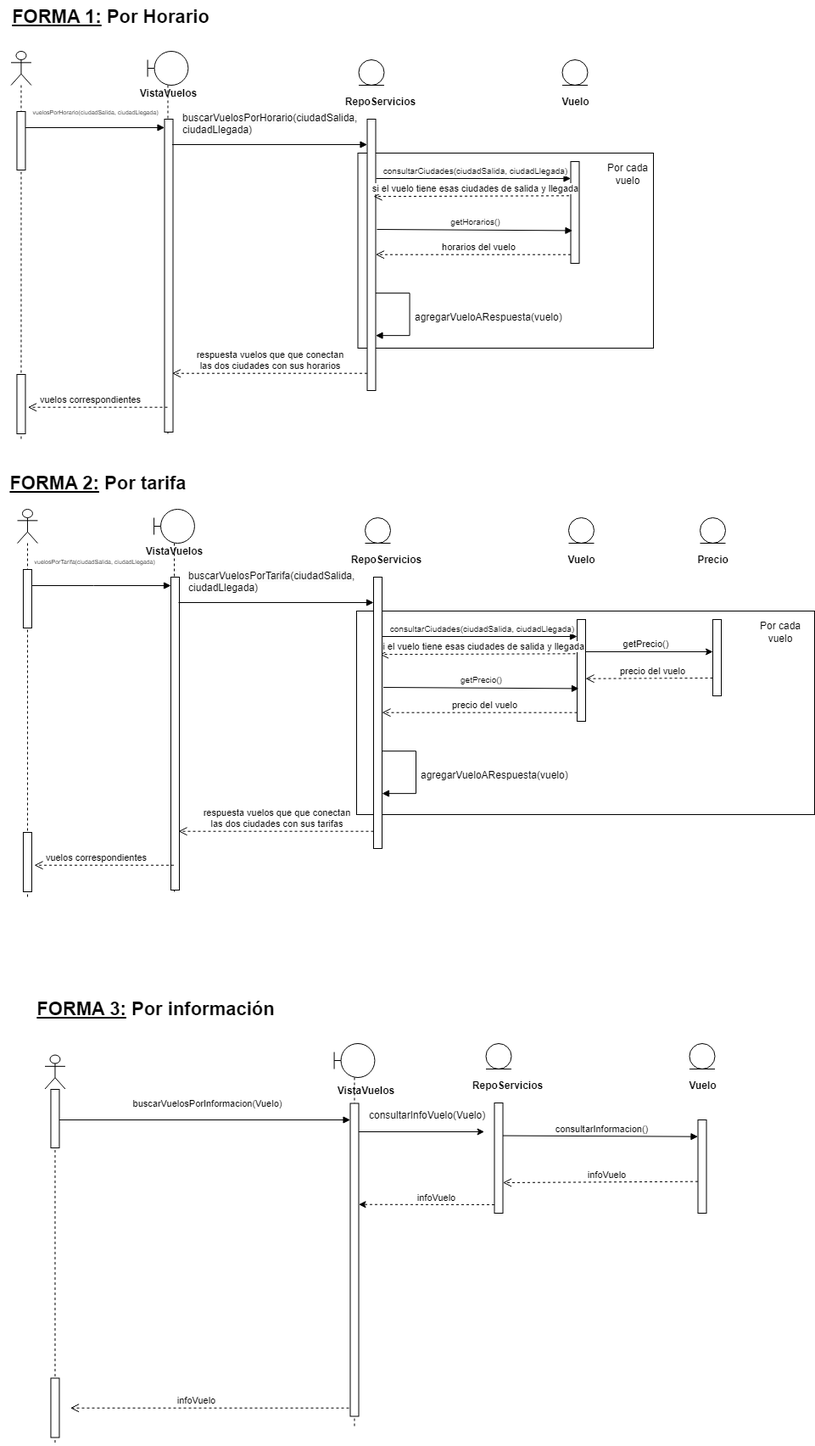
k3002-DDS-grupo8/TPsGrupales keeps this draw.io diagram as ejercicio32/Ej32-secuencia.png. Above is the earlier version. Source tidied: cells renumbered, new cells last; positions are measured from the earlier drawing's top-left corner, leaving out a move shared by most shapes.
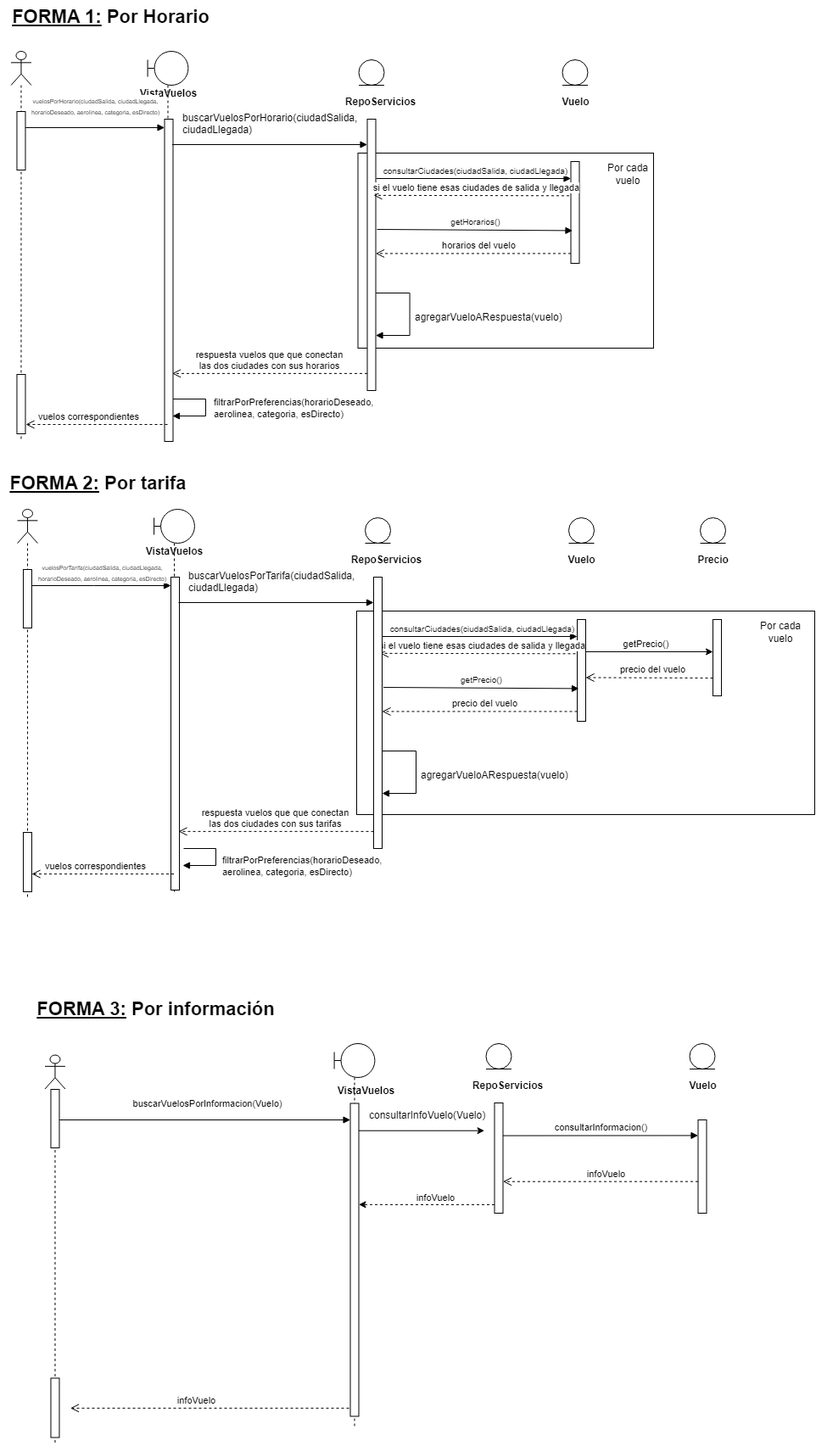
The same file after the commit.

Diff of the diagram source:
```diff
@@ -65,15 +65,15 @@
       <mxGeometry x="486.5" y="360" width="186" height="40" as="geometry" />
     </mxCell>
     <mxCell id="16" style="shape=umlLifeline;perimeter=lifelinePerimeter;whiteSpace=wrap;html=1;outlineConnect=0;portConstraint=eastwest;newEdgeStyle={&quot;edgeStyle&quot;:&quot;elbowEdgeStyle&quot;,&quot;elbow&quot;:&quot;vertical&quot;,&quot;curved&quot;:0,&quot;rounded&quot;:0};participant=umlBoundary;" parent="1" vertex="1">
-      <mxGeometry x="173.6" y="60" width="47.8" height="451" as="geometry" />
+      <mxGeometry x="173.6" y="60" width="47.8" height="460" as="geometry" />
     </mxCell>
     <mxCell id="17" style="html=1;points=[];perimeter=orthogonalPerimeter;outlineConnect=0;targetShapes=umlLifeline;portConstraint=eastwest;newEdgeStyle={&quot;edgeStyle&quot;:&quot;elbowEdgeStyle&quot;,&quot;elbow&quot;:&quot;vertical&quot;,&quot;curved&quot;:0,&quot;rounded&quot;:0};" parent="16" vertex="1">
-      <mxGeometry x="19.9" y="80" width="10" height="369" as="geometry" />
+      <mxGeometry x="19.9" y="80" width="10" height="380" as="geometry" />
     </mxCell>
     <mxCell id="18" value="&lt;b&gt;VistaVuelos&lt;/b&gt;" style="text;html=1;align=center;verticalAlign=middle;strokeColor=none;fillColor=none;" parent="1" vertex="1">
       <mxGeometry x="152.5" y="95" width="90" height="30" as="geometry" />
     </mxCell>
-    <mxCell id="19" value="&lt;font style=&quot;font-size: 7px;&quot;&gt;vuelosPorHorario(ciudadSalida, ciudadLlegada)&lt;/font&gt;" style="html=1;verticalAlign=bottom;endArrow=block;edgeStyle=elbowEdgeStyle;elbow=vertical;curved=0;rounded=0;" parent="1" edge="1" source="21" target="17">
+    <mxCell id="19" value="&lt;font style=&quot;font-size: 7px;&quot;&gt;vuelosPorHorario(ciudadSalida, ciudadLlegada,&lt;br&gt;horarioDeseado, aerolinea, categoria, esDirecto)&lt;/font&gt;" style="html=1;verticalAlign=bottom;endArrow=block;edgeStyle=elbowEdgeStyle;elbow=vertical;curved=0;rounded=0;" parent="1" edge="1" source="21" target="17">
       <mxGeometry x="0.01" y="10" relative="1" as="geometry">
         <Array as="points">
           <mxPoint x="102.5" y="150" />
@@ -92,7 +92,10 @@
     </mxCell>
     <mxCell id="23" value="vuelos correspondientes" style="html=1;verticalAlign=bottom;endArrow=open;dashed=1;endSize=8;edgeStyle=elbowEdgeStyle;elbow=vertical;curved=0;rounded=0;" parent="1" edge="1" source="16">
       <mxGeometry x="0.11" relative="1" as="geometry">
-        <mxPoint x="32.5" y="481" as="targetPoint" />
+        <mxPoint x="30" y="500" as="targetPoint" />
+        <Array as="points">
+          <mxPoint x="100" y="500" />
+        </Array>
       </mxGeometry>
     </mxCell>
     <mxCell id="24" value="&lt;span style=&quot;color: rgb(0, 0, 0); font-family: Helvetica; font-size: 12px; font-style: normal; font-variant-ligatures: normal; font-variant-caps: normal; font-weight: 400; letter-spacing: normal; orphans: 2; text-align: left; text-indent: 0px; text-transform: none; widows: 2; word-spacing: 0px; -webkit-text-stroke-width: 0px; background-color: rgb(251, 251, 251); text-decoration-thickness: initial; text-decoration-style: initial; text-decoration-color: initial; float: none; display: inline !important;&quot;&gt;buscarVuelosPorHorario(ciudadSalida,&lt;br&gt;ciudadLlegada)&lt;/span&gt;" style="text;whiteSpace=wrap;html=1;" parent="1" vertex="1">
@@ -276,8 +279,8 @@
     <mxCell id="64" value="&lt;b&gt;VistaVuelos&lt;/b&gt;" style="text;html=1;align=center;verticalAlign=middle;strokeColor=none;fillColor=none;" parent="1" vertex="1">
       <mxGeometry x="160" y="635" width="90" height="30" as="geometry" />
     </mxCell>
-    <mxCell id="65" value="&lt;font style=&quot;font-size: 7px;&quot;&gt;vuelosPorTarifa(ciudadSalida, ciudadLlegada)&lt;/font&gt;" style="html=1;verticalAlign=bottom;endArrow=block;edgeStyle=elbowEdgeStyle;elbow=vertical;curved=0;rounded=0;" parent="1" edge="1" source="67" target="63">
-      <mxGeometry x="-0.11" y="20" relative="1" as="geometry">
+    <mxCell id="65" value="&lt;font style=&quot;font-size: 7px;&quot;&gt;vuelosPorTarifa(ciudadSalida, ciudadLlegada,&lt;br&gt;horarioDeseado, aerolinea, categoria, esDirecto)&lt;/font&gt;" style="html=1;verticalAlign=bottom;endArrow=block;edgeStyle=elbowEdgeStyle;elbow=vertical;curved=0;rounded=0;" parent="1" edge="1" source="67" target="63">
+      <mxGeometry x="0.01" relative="1" as="geometry">
         <Array as="points">
           <mxPoint x="110" y="690" />
           <mxPoint x="200" y="700" />
@@ -293,9 +296,11 @@
     <mxCell id="68" style="html=1;points=[];perimeter=orthogonalPerimeter;outlineConnect=0;targetShapes=umlLifeline;portConstraint=eastwest;newEdgeStyle={&quot;edgeStyle&quot;:&quot;elbowEdgeStyle&quot;,&quot;elbow&quot;:&quot;vertical&quot;,&quot;curved&quot;:0,&quot;rounded&quot;:0};" parent="66" vertex="1">
       <mxGeometry x="7" y="381" width="10" height="70" as="geometry" />
     </mxCell>
-    <mxCell id="69" value="vuelos correspondientes" style="html=1;verticalAlign=bottom;endArrow=open;dashed=1;endSize=8;edgeStyle=elbowEdgeStyle;elbow=vertical;curved=0;rounded=0;" parent="1" edge="1" source="62">
+    <mxCell id="69" value="vuelos correspondientes" style="html=1;verticalAlign=bottom;endArrow=open;dashed=1;endSize=8;edgeStyle=elbowEdgeStyle;elbow=vertical;curved=0;rounded=0;" parent="1" edge="1" source="62" target="68">
       <mxGeometry x="0.11" relative="1" as="geometry">
-        <mxPoint x="40" y="1021" as="targetPoint" />
+        <Array as="points">
+          <mxPoint x="140" y="1030" />
+        </Array>
       </mxGeometry>
     </mxCell>
     <mxCell id="70" value="&lt;span style=&quot;color: rgb(0, 0, 0); font-family: Helvetica; font-size: 12px; font-style: normal; font-variant-ligatures: normal; font-variant-caps: normal; font-weight: 400; letter-spacing: normal; orphans: 2; text-align: left; text-indent: 0px; text-transform: none; widows: 2; word-spacing: 0px; -webkit-text-stroke-width: 0px; background-color: rgb(251, 251, 251); text-decoration-thickness: initial; text-decoration-style: initial; text-decoration-color: initial; float: none; display: inline !important;&quot;&gt;buscarVuelosPorTarifa(ciudadSalida,&lt;br&gt;ciudadLlegada)&lt;/span&gt;" style="text;whiteSpace=wrap;html=1;" parent="1" vertex="1">
@@ -387,5 +392,30 @@
         <mxPoint x="690" y="799" as="targetPoint" />
       </mxGeometry>
     </mxCell>
+    <mxCell id="88" style="html=1;align=left;spacingLeft=2;endArrow=block;rounded=0;edgeStyle=orthogonalEdgeStyle;curved=0;rounded=0;" parent="1" edge="1" source="17">
+      <mxGeometry x="-0.05" y="19" relative="1" as="geometry">
+        <mxPoint x="203" y="490" as="targetPoint" />
+        <Array as="points">
+          <mxPoint x="242" y="470" />
+          <mxPoint x="242" y="490" />
+        </Array>
+      </mxGeometry>
+    </mxCell>
+    <mxCell id="89" value="&lt;span style=&quot;color: rgb(0, 0, 0); font-family: Helvetica; font-size: 11px; font-style: normal; font-variant-ligatures: normal; font-variant-caps: normal; font-weight: 400; letter-spacing: normal; orphans: 2; text-align: center; text-indent: 0px; text-transform: none; widows: 2; word-spacing: 0px; -webkit-text-stroke-width: 0px; background-color: rgb(255, 255, 255); text-decoration-thickness: initial; text-decoration-style: initial; text-decoration-color: initial; float: none; display: inline !important;&quot;&gt;filtrarPorPreferencias(horarioDeseado, aerolinea, categoria, esDirecto)&lt;/span&gt;" style="text;whiteSpace=wrap;html=1;" parent="1" vertex="1">
+      <mxGeometry x="250" y="460" width="200" height="40" as="geometry" />
+    </mxCell>
+    <mxCell id="90" style="html=1;align=left;spacingLeft=2;endArrow=block;rounded=0;edgeStyle=orthogonalEdgeStyle;curved=0;rounded=0;" parent="1" edge="1">
+      <mxGeometry x="-0.05" y="19" relative="1" as="geometry">
+        <mxPoint x="216" y="1000" as="sourcePoint" />
+        <mxPoint x="215" y="1020" as="targetPoint" />
+        <Array as="points">
+          <mxPoint x="254" y="1000" />
+          <mxPoint x="254" y="1020" />
+        </Array>
+      </mxGeometry>
+    </mxCell>
+    <mxCell id="91" value="&lt;span style=&quot;color: rgb(0, 0, 0); font-family: Helvetica; font-size: 11px; font-style: normal; font-variant-ligatures: normal; font-variant-caps: normal; font-weight: 400; letter-spacing: normal; orphans: 2; text-align: center; text-indent: 0px; text-transform: none; widows: 2; word-spacing: 0px; -webkit-text-stroke-width: 0px; background-color: rgb(255, 255, 255); text-decoration-thickness: initial; text-decoration-style: initial; text-decoration-color: initial; float: none; display: inline !important;&quot;&gt;filtrarPorPreferencias(horarioDeseado, aerolinea, categoria, esDirecto)&lt;/span&gt;" style="text;whiteSpace=wrap;html=1;" parent="1" vertex="1">
+      <mxGeometry x="259.5" y="1000" width="170.5" height="40" as="geometry" />
+    </mxCell>
   </root>
 </mxGraphModel>
```
